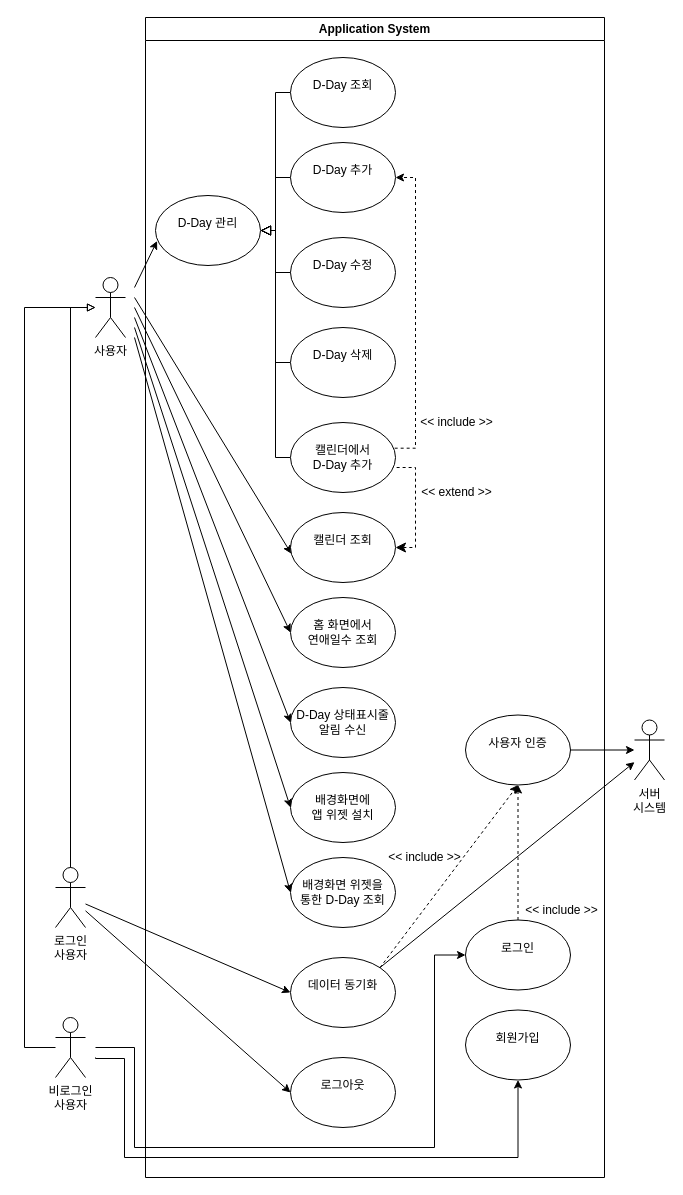
Earlier version of the draw.io diagram use case diagram.drawio (baechuTree/softwareEngineering). Source tidied: cells renumbered, new cells numbered last; positions are measured from the earlier drawing's top-left corner, leaving out a move shared by most shapes. Both pictures are drawn from the tidied source at 100%, with x=0, y=0 at pixel (24, 17).
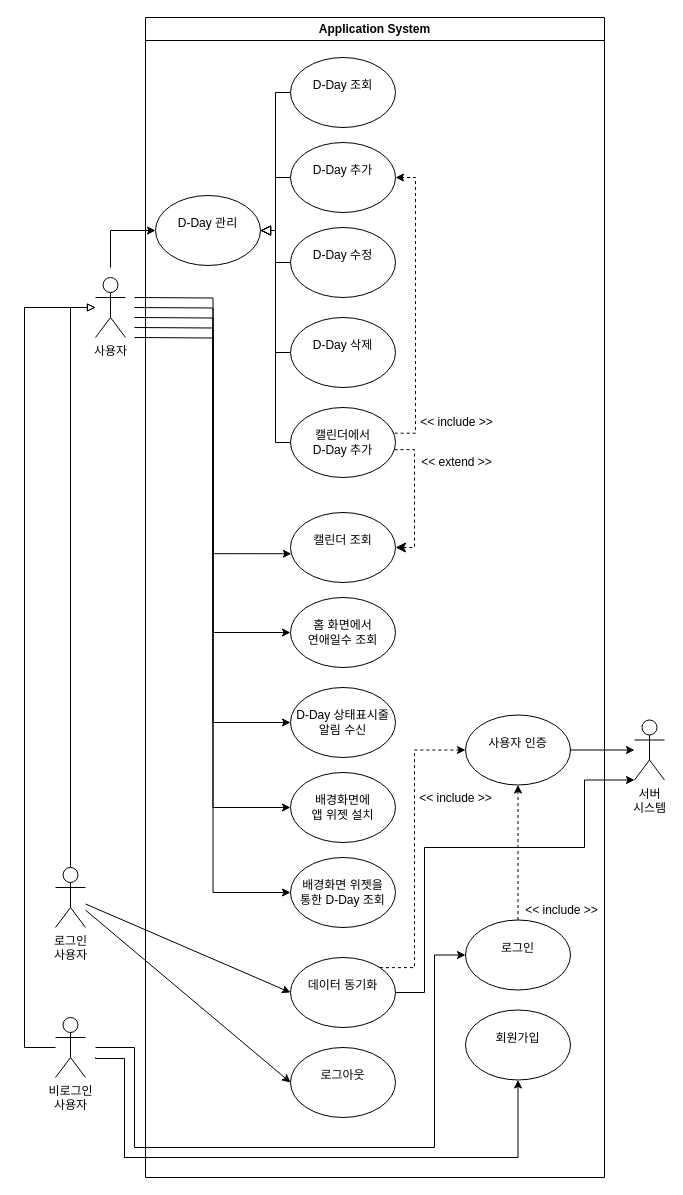
After the change.

The change refers to these unchanged cells:
```xml
<mxCell id="4" value="Application System" style="swimlane;whiteSpace=wrap;html=1;" parent="1" vertex="1">
  <mxGeometry x="121" width="459" height="1160" as="geometry" />
</mxCell>
<mxCell id="6" value="&lt;div&gt;&lt;br&gt;&lt;/div&gt;&lt;div&gt;&lt;span style=&quot;background-color: transparent; color: light-dark(rgb(0, 0, 0), rgb(255, 255, 255));&quot;&gt;D-Day 관리&lt;/span&gt;&lt;/div&gt;" style="ellipse;whiteSpace=wrap;html=1;verticalAlign=top;align=center;" parent="4" vertex="1">
  <mxGeometry x="10" y="178" width="105" height="70" as="geometry" />
</mxCell>
<mxCell id="13" value="&lt;div&gt;&lt;br&gt;&lt;/div&gt;&lt;div&gt;&lt;span style=&quot;background-color: transparent; color: light-dark(rgb(0, 0, 0), rgb(255, 255, 255));&quot;&gt;D-Day 추가&lt;/span&gt;&lt;/div&gt;" style="ellipse;whiteSpace=wrap;html=1;verticalAlign=top;align=center;" parent="4" vertex="1">
  <mxGeometry x="145" y="125" width="105" height="70" as="geometry" />
</mxCell>
<mxCell id="16" value="&lt;div&gt;&lt;br&gt;&lt;/div&gt;&lt;div&gt;캘린더 조회&lt;/div&gt;" style="ellipse;whiteSpace=wrap;html=1;verticalAlign=top;align=center;" parent="4" vertex="1">
  <mxGeometry x="145" y="495" width="105" height="70" as="geometry" />
</mxCell>
<mxCell id="25" value="&lt;div&gt;&lt;br&gt;&lt;/div&gt;&lt;div&gt;사용자 인증&lt;/div&gt;" style="ellipse;whiteSpace=wrap;html=1;verticalAlign=top;align=center;" parent="4" vertex="1">
  <mxGeometry x="320" y="697.5" width="105" height="70" as="geometry" />
</mxCell>
<mxCell id="27" value="&lt;div&gt;&lt;br&gt;&lt;/div&gt;&lt;div&gt;데이터 동기화&lt;/div&gt;" style="ellipse;whiteSpace=wrap;html=1;verticalAlign=top;align=center;" parent="4" vertex="1">
  <mxGeometry x="145" y="940" width="105" height="70" as="geometry" />
</mxCell>
<mxCell id="30" value="&lt;br&gt;&lt;div&gt;배경화면 위젯을&lt;/div&gt;&lt;div&gt;통한 D-Day 조회&lt;/div&gt;" style="ellipse;whiteSpace=wrap;html=1;verticalAlign=top;align=center;" parent="4" vertex="1">
  <mxGeometry x="145" y="840" width="105" height="70" as="geometry" />
</mxCell>
<mxCell id="31" value="&lt;br&gt;&lt;div&gt;D-Day 상태표시줄&lt;/div&gt;&lt;div&gt;알림 수신&lt;/div&gt;" style="ellipse;whiteSpace=wrap;html=1;verticalAlign=top;align=center;" parent="4" vertex="1">
  <mxGeometry x="145" y="670" width="105" height="70" as="geometry" />
</mxCell>
<mxCell id="32" value="&lt;br&gt;&lt;div&gt;배경화면에&lt;/div&gt;&lt;div&gt;앱 위젯 설치&lt;/div&gt;" style="ellipse;whiteSpace=wrap;html=1;verticalAlign=top;align=center;" parent="4" vertex="1">
  <mxGeometry x="145" y="755" width="105" height="70" as="geometry" />
</mxCell>
<mxCell id="37" value="&lt;div&gt;&lt;br&gt;&lt;/div&gt;&lt;div&gt;홈 화면에서&lt;/div&gt;&lt;div&gt;연애일수 조회&lt;/div&gt;" style="ellipse;whiteSpace=wrap;html=1;verticalAlign=top;align=center;" parent="4" vertex="1">
  <mxGeometry x="145" y="580" width="105" height="70" as="geometry" />
</mxCell>
<mxCell id="47" value="서버&lt;div&gt;시스템&lt;/div&gt;" style="shape=umlActor;verticalLabelPosition=bottom;verticalAlign=top;html=1;outlineConnect=0;" parent="1" vertex="1">
  <mxGeometry x="610" y="702.5" width="30" height="60" as="geometry" />
</mxCell>
```

The edit, as a diff of the source:
```diff
@@
-    <mxCell id="3" style="endArrow=classic;html=1;rounded=0;entryX=0.008;entryY=0.589;entryDx=0;entryDy=0;entryPerimeter=0;" parent="1" edge="1" target="16">
+    <mxCell id="3" style="endArrow=classic;html=1;rounded=0;entryX=0.008;entryY=0.589;entryDx=0;entryDy=0;entryPerimeter=0;edgeStyle=orthogonalEdgeStyle;" parent="1" edge="1" target="16">
       <mxGeometry relative="1" as="geometry">
         <mxPoint x="110" y="280" as="sourcePoint" />
       </mxGeometry>
     </mxCell>
@@
     <mxCell id="5" value="&amp;lt;&amp;lt; extend &amp;gt;&amp;gt;" style="text;html=1;align=center;verticalAlign=middle;strokeColor=none;fillColor=none;" parent="4" vertex="1">
-      <mxGeometry x="266" y="460" width="90" height="30" as="geometry" />
+      <mxGeometry x="266" y="430" width="90" height="30" as="geometry" />
     </mxCell>
@@
     <mxCell id="12" value="&lt;div&gt;&lt;br&gt;&lt;/div&gt;&lt;div&gt;캘린더에서&lt;/div&gt;&lt;div&gt;D-Day 추가&lt;/div&gt;" style="ellipse;whiteSpace=wrap;html=1;verticalAlign=top;align=center;" parent="4" vertex="1">
-      <mxGeometry x="145" y="405" width="105" height="70" as="geometry" />
+      <mxGeometry x="145" y="390" width="105" height="70" as="geometry" />
     </mxCell>
@@
     <mxCell id="14" style="endArrow=classic;html=1;rounded=0;exitX=0.992;exitY=0.367;exitDx=0;exitDy=0;entryX=1;entryY=0.5;entryDx=0;entryDy=0;dashed=1;edgeStyle=orthogonalEdgeStyle;exitPerimeter=0;" parent="4" edge="1" source="12" target="13">
       <mxGeometry relative="1" as="geometry">
         <Array as="points">
-          <mxPoint x="270" y="431" />
+          <mxPoint x="270" y="416" />
           <mxPoint x="270" y="160" />
         </Array>
       </mxGeometry>
     </mxCell>
@@
     <mxCell id="17" value="&lt;div&gt;&lt;br&gt;&lt;/div&gt;&lt;div&gt;&lt;span style=&quot;background-color: transparent; color: light-dark(rgb(0, 0, 0), rgb(255, 255, 255));&quot;&gt;D-Day 삭제&lt;/span&gt;&lt;/div&gt;" style="ellipse;whiteSpace=wrap;html=1;verticalAlign=top;align=center;" parent="4" vertex="1">
-      <mxGeometry x="145" y="310" width="105" height="70" as="geometry" />
+      <mxGeometry x="145" y="300" width="105" height="70" as="geometry" />
     </mxCell>
-    <mxCell id="18" style="endArrow=none;html=1;rounded=0;fontSize=12;startSize=8;endSize=8;exitX=1;exitY=0.5;exitDx=0;exitDy=0;startArrow=classic;startFill=1;dashed=1;edgeStyle=orthogonalEdgeStyle;" parent="4" edge="1" source="16" target="12">
+    <mxCell id="18" style="endArrow=none;html=1;rounded=0;fontSize=12;startSize=8;endSize=8;exitX=1;exitY=0.5;exitDx=0;exitDy=0;startArrow=classic;startFill=1;dashed=1;edgeStyle=orthogonalEdgeStyle;entryX=0.989;entryY=0.602;entryDx=0;entryDy=0;entryPerimeter=0;" parent="4" edge="1" source="16" target="12">
       <mxGeometry relative="1" as="geometry">
         <Array as="points">
-          <mxPoint x="270" y="530" />
-          <mxPoint x="270" y="450" />
+          <mxPoint x="269" y="530" />
+          <mxPoint x="269" y="432" />
         </Array>
       </mxGeometry>
     </mxCell>
@@
-    <mxCell id="21" value="&amp;lt;&amp;lt; include &amp;gt;&amp;gt;" style="text;html=1;align=center;verticalAlign=middle;strokeColor=none;fillColor=none;" parent="4" vertex="1">
-      <mxGeometry x="229" y="825" width="100" height="30" as="geometry" />
-    </mxCell>
@@
-    <mxCell id="28" style="endArrow=classic;html=1;rounded=0;exitX=1;exitY=0;exitDx=0;exitDy=0;entryX=0.5;entryY=1;entryDx=0;entryDy=0;dashed=1;" parent="4" edge="1" source="27" target="25">
-      <mxGeometry relative="1" as="geometry" />
+    <mxCell id="28" style="endArrow=classic;html=1;rounded=0;exitX=1;exitY=0;exitDx=0;exitDy=0;entryX=0;entryY=0.5;entryDx=0;entryDy=0;dashed=1;edgeStyle=orthogonalEdgeStyle;" parent="4" edge="1" source="27" target="25">
+      <mxGeometry relative="1" as="geometry">
+        <Array as="points">
+          <mxPoint x="269" y="950" />
+          <mxPoint x="269" y="733" />
+        </Array>
+      </mxGeometry>
     </mxCell>
     <mxCell id="29" value="&lt;div&gt;&lt;br&gt;&lt;/div&gt;로그아웃" style="ellipse;whiteSpace=wrap;html=1;verticalAlign=top;align=center;" parent="4" vertex="1">
-      <mxGeometry x="145" y="1040" width="105" height="70" as="geometry" />
+      <mxGeometry x="145" y="1030" width="105" height="70" as="geometry" />
     </mxCell>
@@
     <mxCell id="38" value="&lt;div&gt;&lt;br&gt;&lt;/div&gt;&lt;div&gt;&lt;span style=&quot;background-color: transparent; color: light-dark(rgb(0, 0, 0), rgb(255, 255, 255));&quot;&gt;D-Day 수정&lt;/span&gt;&lt;/div&gt;" style="ellipse;whiteSpace=wrap;html=1;verticalAlign=top;align=center;" parent="4" vertex="1">
-      <mxGeometry x="145" y="220" width="105" height="70" as="geometry" />
+      <mxGeometry x="145" y="210" width="105" height="70" as="geometry" />
     </mxCell>
@@
-    <mxCell id="42" style="endArrow=classic;html=1;rounded=0;entryX=0.015;entryY=0.65;entryDx=0;entryDy=0;entryPerimeter=0;" parent="1" edge="1" target="6">
+    <mxCell id="42" style="endArrow=classic;html=1;rounded=0;entryX=0;entryY=0.5;entryDx=0;entryDy=0;edgeStyle=orthogonalEdgeStyle;" parent="1" edge="1" target="6">
       <mxGeometry relative="1" as="geometry">
-        <mxPoint x="110" y="270" as="sourcePoint" />
+        <mxPoint x="86" y="250" as="sourcePoint" />
+        <Array as="points">
+          <mxPoint x="86" y="213" />
+        </Array>
       </mxGeometry>
     </mxCell>
-    <mxCell id="43" style="endArrow=classic;html=1;rounded=0;entryX=0;entryY=0.5;entryDx=0;entryDy=0;" parent="1" edge="1" target="31">
+    <mxCell id="43" style="endArrow=classic;html=1;rounded=0;entryX=0;entryY=0.5;entryDx=0;entryDy=0;edgeStyle=orthogonalEdgeStyle;" parent="1" edge="1" target="31">
       <mxGeometry relative="1" as="geometry">
         <mxPoint x="110" y="300" as="sourcePoint" />
       </mxGeometry>
     </mxCell>
-    <mxCell id="44" style="endArrow=classic;html=1;rounded=0;entryX=0;entryY=0.5;entryDx=0;entryDy=0;" parent="1" edge="1" target="30">
+    <mxCell id="44" style="endArrow=classic;html=1;rounded=0;entryX=0;entryY=0.5;entryDx=0;entryDy=0;edgeStyle=orthogonalEdgeStyle;" parent="1" edge="1" target="30">
       <mxGeometry relative="1" as="geometry">
         <mxPoint x="110" y="320" as="sourcePoint" />
       </mxGeometry>
     </mxCell>
-    <mxCell id="45" style="endArrow=classic;html=1;rounded=0;entryX=0;entryY=0.5;entryDx=0;entryDy=0;" parent="1" edge="1" target="32">
+    <mxCell id="45" style="endArrow=classic;html=1;rounded=0;entryX=0;entryY=0.5;entryDx=0;entryDy=0;edgeStyle=orthogonalEdgeStyle;" parent="1" edge="1" target="32">
       <mxGeometry relative="1" as="geometry">
         <mxPoint x="110" y="310" as="sourcePoint" />
       </mxGeometry>
     </mxCell>
-    <mxCell id="46" style="endArrow=classic;html=1;rounded=0;entryX=0;entryY=0.5;entryDx=0;entryDy=0;" parent="1" edge="1" target="37">
+    <mxCell id="46" style="endArrow=classic;html=1;rounded=0;entryX=0;entryY=0.5;entryDx=0;entryDy=0;edgeStyle=orthogonalEdgeStyle;" parent="1" edge="1" target="37">
       <mxGeometry relative="1" as="geometry">
         <mxPoint x="110" y="290" as="sourcePoint" />
       </mxGeometry>
     </mxCell>
@@
-    <mxCell id="48" style="endArrow=classic;html=1;rounded=0;exitX=1;exitY=0;exitDx=0;exitDy=0;" parent="1" edge="1" source="27" target="47">
-      <mxGeometry relative="1" as="geometry" />
+    <mxCell id="48" style="endArrow=classic;html=1;rounded=0;exitX=1;exitY=0.5;exitDx=0;exitDy=0;edgeStyle=orthogonalEdgeStyle;entryX=0;entryY=1;entryDx=0;entryDy=0;entryPerimeter=0;" parent="1" edge="1" source="27" target="47">
+      <mxGeometry relative="1" as="geometry">
+        <Array as="points">
+          <mxPoint x="400" y="975" />
+          <mxPoint x="400" y="830" />
+          <mxPoint x="560" y="830" />
+          <mxPoint x="560" y="763" />
+        </Array>
+      </mxGeometry>
     </mxCell>
@@
+    <mxCell id="21" value="&amp;lt;&amp;lt; include &amp;gt;&amp;gt;" style="text;html=1;align=center;verticalAlign=middle;strokeColor=none;fillColor=none;" parent="1" vertex="1">
+      <mxGeometry x="381" y="765.5" width="100" height="30" as="geometry" />
+    </mxCell>
```
